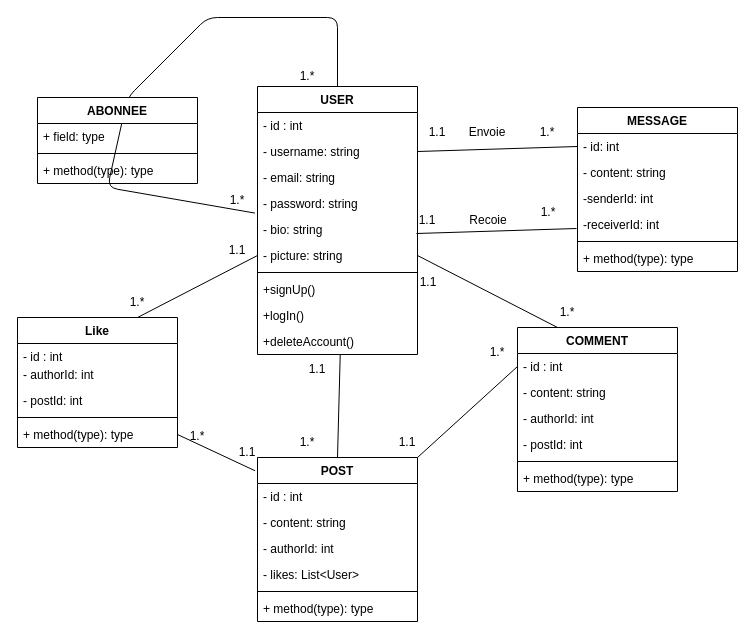
Before: conception/diagramme_classe.drawio in AllaouiJihad/YouConnecte, a draw.io diagram. Source tidied: cells renumbered, new cells numbered last; positions are measured from the earlier drawing's top-left corner, leaving out a move shared by most shapes. Both pictures are drawn from the tidied source at 100%, with x=0, y=0 at pixel (17, 17).
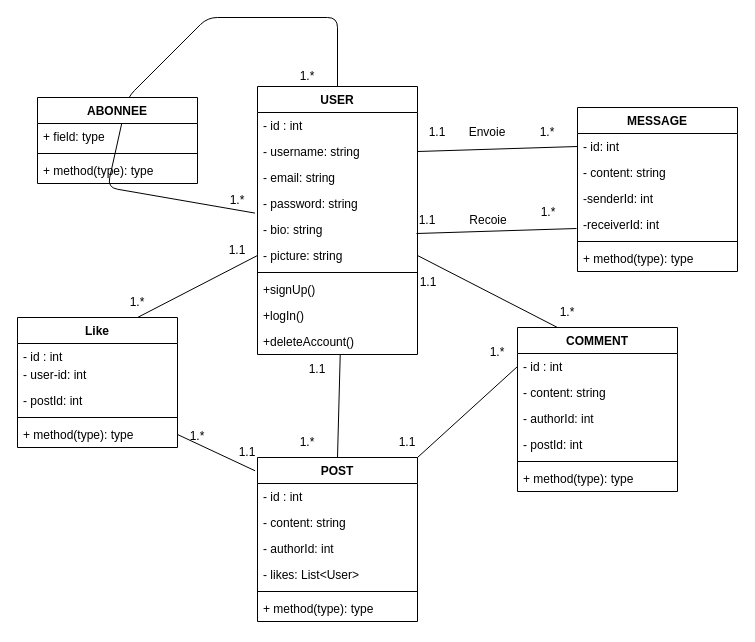
The same diagram, later.

The change refers to these unchanged cells:
```xml
<mxCell id="58" value="Like" style="swimlane;fontStyle=1;align=center;verticalAlign=top;horizontal=1;startSize=26;" parent="1" vertex="1">
  <mxGeometry y="300" width="160" height="130" as="geometry" />
</mxCell>
```

Diff of the diagram source:
```diff
@@
-    <mxCell id="60" value="- authorId: int&#10;" style="text;strokeColor=none;fillColor=none;align=left;verticalAlign=top;spacingLeft=4;spacingRight=4;overflow=hidden;" parent="58" vertex="1">
+    <mxCell id="60" value="- user-id: int&#10;" style="text;strokeColor=none;fillColor=none;align=left;verticalAlign=top;spacingLeft=4;spacingRight=4;overflow=hidden;" parent="58" vertex="1">
       <mxGeometry y="44" width="160" height="26" as="geometry" />
     </mxCell>
```
